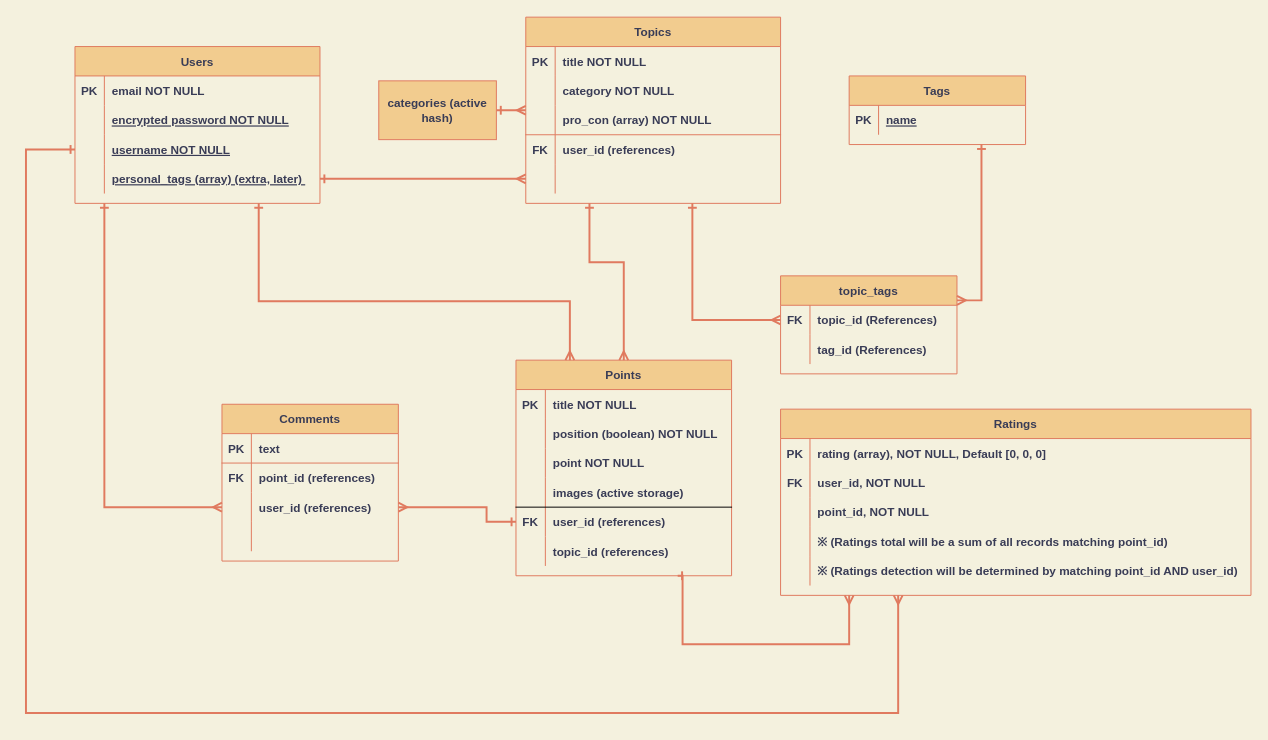
Earlier version of the draw.io diagram ER.drawio (FM-HXR/nebulus). Source tidied: cells renumbered, new cells numbered last; positions are measured from the earlier drawing's top-left corner, leaving out a move shared by most shapes. Both pictures are drawn from the tidied source at 98%, with x=0, y=0 at pixel (25, 17).
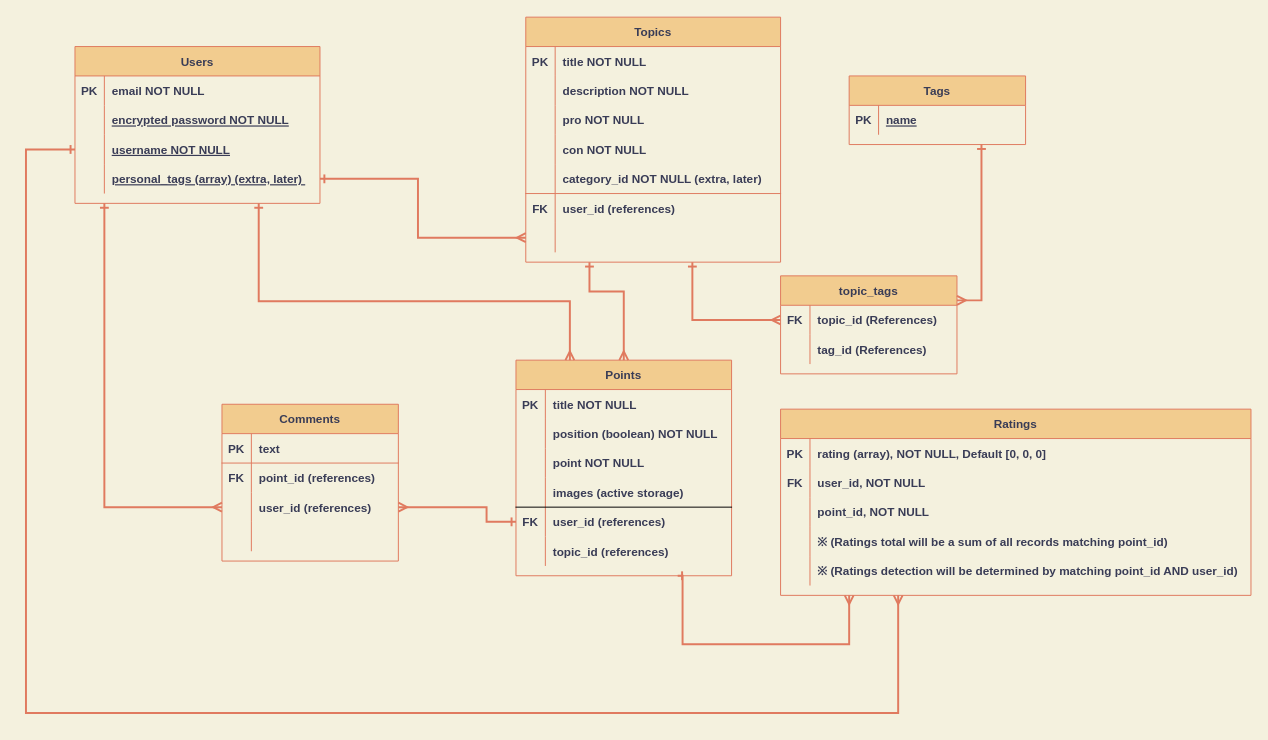
Above is the later version.

The change refers to these unchanged cells:
```xml
<mxCell id="2" value="Points" style="shape=table;startSize=30;childLayout=tableLayout;rowLines=0;fontStyle=1;align=center;fillColor=#F2CC8F;strokeColor=#E07A5F;fontColor=#393C56;" parent="1" vertex="1">
  <mxGeometry x="500" y="350" width="220" height="220" as="geometry" />
</mxCell>
<mxCell id="44" style="shape=partialRectangle;fillColor=none;top=0;left=0;bottom=1;right=0;points=[[0,0.5],[1,0.5]];portConstraint=eastwest;fontColor=#393C56;strokeColor=none;" parent="34" vertex="1">
  <mxGeometry y="120" width="250" height="30" as="geometry" />
</mxCell>
<mxCell id="52" style="shape=partialRectangle;fillColor=none;top=0;left=0;bottom=0;right=0;points=[[0,0.5],[1,0.5]];portConstraint=eastwest;strokeColor=#E07A5F;fontColor=#393C56;" parent="51" vertex="1">
  <mxGeometry y="30" width="180" height="30" as="geometry" />
</mxCell>
<mxCell id="63" style="shape=partialRectangle;fillColor=none;top=0;left=0;bottom=1;right=0;fontColor=#393C56;strokeColor=none;" parent="59" vertex="1">
  <mxGeometry y="60" width="260" height="30" as="geometry" />
</mxCell>
```

What changed in the source:
```diff
@@
-    <mxCell id="58" style="edgeStyle=orthogonalEdgeStyle;curved=0;rounded=1;sketch=0;jettySize=auto;html=1;strokeColor=#E07A5F;fillColor=#F2CC8F;fontColor=#393C56;endArrow=ERone;endFill=0;startArrow=ERmany;startFill=0;strokeWidth=2;" parent="1" edge="1" source="59" target="75">
-      <mxGeometry relative="1" as="geometry" />
-    </mxCell>
     <mxCell id="59" value="Topics" style="shape=table;startSize=30;childLayout=tableLayout;rowLines=0;fontStyle=1;align=center;fillColor=#F2CC8F;strokeColor=#E07A5F;fontColor=#393C56;" parent="1" vertex="1">
-      <mxGeometry x="510" width="260" height="190" as="geometry" />
+      <mxGeometry x="510" width="260" height="250" as="geometry" />
     </mxCell>
@@
-    <mxCell id="65" value="category NOT NULL" style="shape=partialRectangle;fillColor=none;top=0;left=0;bottom=0;right=0;align=left;spacingLeft=6;fontStyle=1;overflow=hidden;strokeColor=#E07A5F;fontColor=#393C56;" parent="63" vertex="1">
+    <mxCell id="65" value="description NOT NULL" style="shape=partialRectangle;fillColor=none;top=0;left=0;bottom=0;right=0;align=left;spacingLeft=6;fontStyle=1;overflow=hidden;strokeColor=#E07A5F;fontColor=#393C56;" parent="63" vertex="1">
       <mxGeometry x="30" width="230" height="30" as="geometry" />
     </mxCell>
-    <mxCell id="66" style="shape=partialRectangle;fillColor=none;top=0;left=0;bottom=1;right=0;strokeColor=#E07A5F;fontColor=#393C56;" parent="59" vertex="1">
+    <mxCell id="66" style="shape=partialRectangle;fillColor=none;top=0;left=0;bottom=1;right=0;fontColor=#393C56;strokeColor=none;" parent="59" vertex="1">
       <mxGeometry y="90" width="260" height="30" as="geometry" />
     </mxCell>
@@
-    <mxCell id="68" value="pro_con (array) NOT NULL" style="shape=partialRectangle;fillColor=none;top=0;left=0;bottom=0;right=0;align=left;spacingLeft=6;fontStyle=1;overflow=hidden;strokeColor=#E07A5F;fontColor=#393C56;" parent="66" vertex="1">
+    <mxCell id="68" value="pro NOT NULL" style="shape=partialRectangle;fillColor=none;top=0;left=0;bottom=0;right=0;align=left;spacingLeft=6;fontStyle=1;overflow=hidden;strokeColor=#E07A5F;fontColor=#393C56;" parent="66" vertex="1">
       <mxGeometry x="30" width="230" height="30" as="geometry" />
     </mxCell>
+    <mxCell id="101" style="shape=partialRectangle;fillColor=none;top=0;left=0;bottom=1;right=0;fontColor=#393C56;strokeColor=none;" parent="59" vertex="1">
+      <mxGeometry y="120" width="260" height="30" as="geometry" />
+    </mxCell>
+    <mxCell id="102" style="shape=partialRectangle;fillColor=none;top=0;left=0;bottom=0;right=0;fontStyle=1;overflow=hidden;strokeColor=#E07A5F;fontColor=#393C56;" parent="101" vertex="1">
+      <mxGeometry width="30" height="30" as="geometry" />
+    </mxCell>
+    <mxCell id="103" value="con NOT NULL" style="shape=partialRectangle;fillColor=none;top=0;left=0;bottom=0;right=0;align=left;spacingLeft=6;fontStyle=1;overflow=hidden;strokeColor=#E07A5F;fontColor=#393C56;" parent="101" vertex="1">
+      <mxGeometry x="30" width="230" height="30" as="geometry" />
+    </mxCell>
+    <mxCell id="104" style="shape=partialRectangle;fillColor=none;top=0;left=0;bottom=1;right=0;strokeColor=#E07A5F;fontColor=#393C56;" parent="59" vertex="1">
+      <mxGeometry y="150" width="260" height="30" as="geometry" />
+    </mxCell>
+    <mxCell id="105" style="shape=partialRectangle;fillColor=none;top=0;left=0;bottom=0;right=0;fontStyle=1;overflow=hidden;strokeColor=#E07A5F;fontColor=#393C56;" parent="104" vertex="1">
+      <mxGeometry width="30" height="30" as="geometry" />
+    </mxCell>
+    <mxCell id="106" value="category_id NOT NULL (extra, later)" style="shape=partialRectangle;fillColor=none;top=0;left=0;bottom=0;right=0;align=left;spacingLeft=6;fontStyle=1;overflow=hidden;strokeColor=#E07A5F;fontColor=#393C56;" parent="104" vertex="1">
+      <mxGeometry x="30" width="230" height="30" as="geometry" />
+    </mxCell>
     <mxCell id="69" style="shape=partialRectangle;fillColor=none;top=0;left=0;bottom=0;right=0;strokeColor=#E07A5F;fontColor=#393C56;" parent="59" vertex="1">
-      <mxGeometry y="120" width="260" height="30" as="geometry" />
+      <mxGeometry y="180" width="260" height="30" as="geometry" />
     </mxCell>
@@
     <mxCell id="72" style="shape=partialRectangle;fillColor=none;top=0;left=0;bottom=0;right=0;points=[[0,0.5],[1,0.5]];portConstraint=eastwest;strokeColor=#E07A5F;fontColor=#393C56;" parent="59" vertex="1">
-      <mxGeometry y="150" width="260" height="30" as="geometry" />
+      <mxGeometry y="210" width="260" height="30" as="geometry" />
     </mxCell>
@@
-    <mxCell id="75" value="categories (active hash)" style="whiteSpace=wrap;html=1;fontColor=#393C56;fontStyle=1;strokeColor=#E07A5F;fillColor=#F2CC8F;startSize=30;" parent="1" vertex="1">
-      <mxGeometry x="360" y="65" width="120" height="60" as="geometry" />
-    </mxCell>
     <mxCell id="76" style="endArrow=ERmany;html=1;rounded=0;strokeColor=#E07A5F;fillColor=#F2CC8F;fontColor=#393C56;edgeStyle=orthogonalEdgeStyle;entryX=0;entryY=0.5;entryDx=0;entryDy=0;startArrow=ERone;startFill=0;endFill=0;strokeWidth=2;" parent="1" edge="1" target="52">
       <mxGeometry relative="1" as="geometry">
-        <mxPoint x="680" y="190" as="sourcePoint" />
+        <mxPoint x="680" y="250" as="sourcePoint" />
         <Array as="points">
           <mxPoint x="680" y="309" />
         </Array>
       </mxGeometry>
     </mxCell>
@@
     <mxCell id="81" style="endArrow=ERmany;html=1;rounded=0;strokeColor=#E07A5F;fillColor=#F2CC8F;fontColor=#393C56;edgeStyle=orthogonalEdgeStyle;entryX=0;entryY=0.5;entryDx=0;entryDy=0;startArrow=ERone;startFill=0;endFill=0;strokeWidth=2;exitX=1;exitY=0.5;exitDx=0;exitDy=0;" parent="1" edge="1" source="44" target="72">
       <mxGeometry relative="1" as="geometry">
         <Array as="points">
-          <mxPoint x="430" y="165" />
-          <mxPoint x="430" y="165" />
+          <mxPoint x="400" y="165" />
+          <mxPoint x="400" y="225" />
         </Array>
       </mxGeometry>
     </mxCell>
     <mxCell id="82" style="endArrow=ERmany;html=1;rounded=0;strokeColor=#E07A5F;fillColor=#F2CC8F;fontColor=#393C56;edgeStyle=orthogonalEdgeStyle;entryX=0.5;entryY=0;entryDx=0;entryDy=0;startArrow=ERone;startFill=0;endFill=0;strokeWidth=2;exitX=0.25;exitY=1;exitDx=0;exitDy=0;" parent="1" edge="1" source="59" target="2">
       <mxGeometry relative="1" as="geometry">
         <Array as="points">
-          <mxPoint x="575" y="250" />
-          <mxPoint x="610" y="250" />
+          <mxPoint x="575" y="280" />
+          <mxPoint x="610" y="280" />
         </Array>
       </mxGeometry>
     </mxCell>
```
